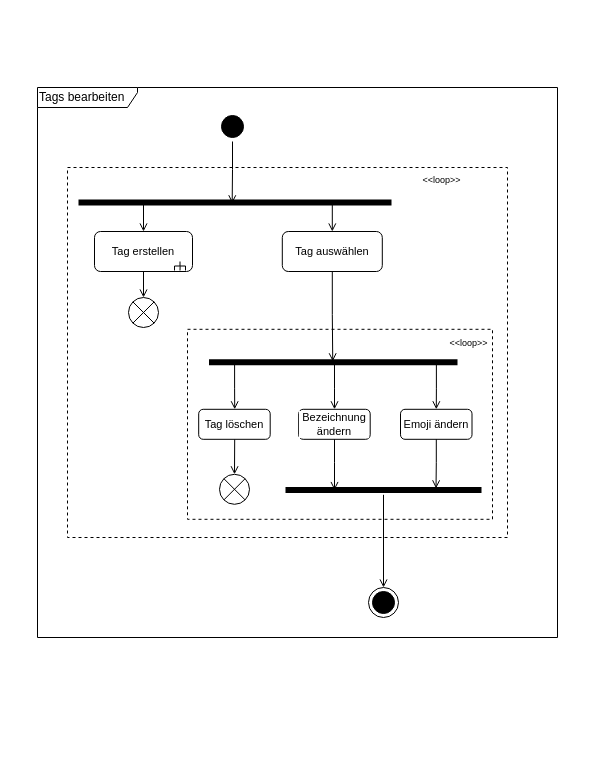
This is 4_Entwurf/4_UML/4_UML_Aktivitätsdiagramme/ad_TagsBearbeiten.drawio from annikalenneper/praxisprojekt_mi_bachelor_SoSe24, a draw.io file, before an edit. Source tidied: cells renumbered, new cells numbered last; positions are measured from the earlier drawing's top-left corner, leaving out a move shared by most shapes. Both pictures are drawn from the tidied source at 100%, with x=0, y=0 at pixel (37, 87).
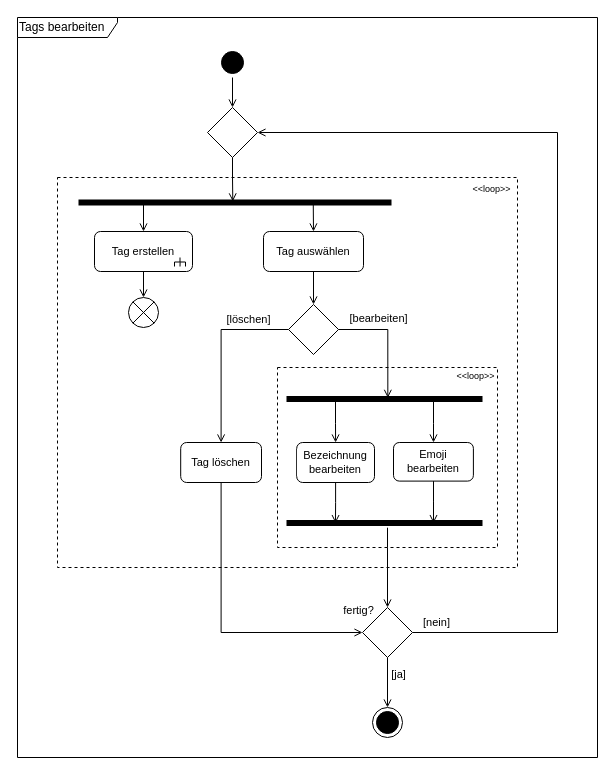
After the change.

Commit message:
adjusted verbs in ad "edit tags" to defined table of process words

The change refers to these unchanged cells:
```xml
<mxCell id="14" style="shape=line;html=1;strokeWidth=6;strokeColor=#000000;fillColor=#000000;fontFamily=Helvetica;fontSize=11;fontColor=default;labelBackgroundColor=default;rotation=-180;" parent="1" vertex="1">
  <mxGeometry x="41" y="110" width="313" height="10" as="geometry" />
</mxCell>
```

The edit, as a diff of the source:
```diff
@@
     <mxCell id="2" style="fontStyle=0;dashed=1;html=1;whiteSpace=wrap;fontFamily=Helvetica;fontSize=11;fontColor=default;labelBackgroundColor=none;textOpacity=0;fillColor=none;" parent="1" vertex="1">
-      <mxGeometry x="30" y="80" width="440" height="370" as="geometry" />
+      <mxGeometry x="20" y="90" width="460" height="390" as="geometry" />
     </mxCell>
     <mxCell id="3" style="fontStyle=0;dashed=1;html=1;whiteSpace=wrap;fontFamily=Helvetica;fontSize=11;fontColor=default;labelBackgroundColor=none;textOpacity=0;fillColor=none;" parent="1" vertex="1">
-      <mxGeometry x="150" y="241.8" width="305" height="190" as="geometry" />
+      <mxGeometry x="240" y="280" width="220" height="180" as="geometry" />
     </mxCell>
+    <mxCell id="22" value="Bezeichnung bearbeiten" style="rounded=1;whiteSpace=wrap;html=1;fontFamily=Helvetica;fontSize=11;fontColor=default;labelBackgroundColor=default;" parent="1" vertex="1">
+      <mxGeometry x="259.2" y="355" width="77.8" height="40" as="geometry" />
+    </mxCell>
+    <mxCell id="33" value="fertig?" style="text;html=1;align=center;verticalAlign=middle;strokeColor=none;fillColor=none;fontFamily=Helvetica;fontSize=11;fontColor=default;labelBackgroundColor=default;" parent="1" vertex="1">
+      <mxGeometry x="296" y="508" width="50" height="30" as="geometry" />
+    </mxCell>
@@
     <mxCell id="6" style="strokeWidth=1;html=1;shape=mxgraph.flowchart.annotation_2;align=left;labelPosition=right;rotation=90;fontFamily=Helvetica;fontSize=11;fontColor=default;labelBackgroundColor=default;" parent="1" vertex="1">
-      <mxGeometry x="138" y="173" width="9" height="11" as="geometry" />
+      <mxGeometry x="138" y="169" width="9" height="11" as="geometry" />
     </mxCell>
@@
     <mxCell id="8" value="Tags bearbeiten" style="shape=umlFrame;whiteSpace=wrap;html=1;width=100;height=20;align=left;" parent="1" vertex="1">
-      <mxGeometry width="520" height="550" as="geometry" />
+      <mxGeometry x="-20" y="-70" width="580" height="740" as="geometry" />
     </mxCell>
-    <mxCell id="9" style="edgeStyle=orthogonalEdgeStyle;rounded=0;jettySize=auto;html=1;endArrow=open;endFill=0;entryX=0.509;entryY=0.417;entryDx=0;entryDy=0;entryPerimeter=0;" parent="1" edge="1" source="10" target="14">
+    <mxCell id="9" style="edgeStyle=orthogonalEdgeStyle;rounded=0;jettySize=auto;html=1;endArrow=open;endFill=0;entryX=0.5;entryY=0;entryDx=0;entryDy=0;" parent="1" edge="1" source="10" target="42">
       <mxGeometry relative="1" as="geometry" />
     </mxCell>
     <mxCell id="10" style="ellipse;html=1;shape=startState;fillColor=#000000;strokeColor=#000000;" parent="1" vertex="1">
-      <mxGeometry x="180" y="24" width="30" height="30" as="geometry" />
+      <mxGeometry x="180" y="-40" width="30" height="30" as="geometry" />
     </mxCell>
     <mxCell id="11" style="ellipse;html=1;shape=endState;fillColor=#000000;strokeColor=#000000;fontFamily=Helvetica;fontSize=11;fontColor=default;labelBackgroundColor=default;" parent="1" vertex="1">
-      <mxGeometry x="331" y="500" width="30" height="30" as="geometry" />
+      <mxGeometry x="335" y="620" width="30" height="30" as="geometry" />
     </mxCell>
@@
-    <mxCell id="13" style="edgeStyle=orthogonalEdgeStyle;rounded=0;jettySize=auto;html=1;exitX=0.25;exitY=0.5;exitDx=0;exitDy=0;exitPerimeter=0;entryX=0.5;entryY=0;entryDx=0;entryDy=0;strokeColor=default;align=center;verticalAlign=middle;fontFamily=Helvetica;fontSize=11;fontColor=default;labelBackgroundColor=default;endArrow=open;endFill=0;" parent="1" edge="1" source="14" target="15">
+    <mxCell id="13" style="edgeStyle=orthogonalEdgeStyle;rounded=0;jettySize=auto;html=1;exitX=0.25;exitY=0.5;exitDx=0;exitDy=0;exitPerimeter=0;entryX=0.5;entryY=0;entryDx=0;entryDy=0;endArrow=open;endFill=0;" parent="1" edge="1" source="14" target="15">
       <mxGeometry relative="1" as="geometry" />
     </mxCell>
@@
     <mxCell id="15" value="Tag auswählen" style="rounded=1;whiteSpace=wrap;html=1;fontFamily=Helvetica;fontSize=11;fontColor=default;labelBackgroundColor=default;" parent="1" vertex="1">
-      <mxGeometry x="244.8" y="144" width="100" height="40" as="geometry" />
+      <mxGeometry x="226" y="144" width="100" height="40" as="geometry" />
     </mxCell>
@@
-    <mxCell id="17" style="edgeStyle=orthogonalEdgeStyle;rounded=0;jettySize=auto;html=1;strokeColor=default;align=center;verticalAlign=middle;fontFamily=Helvetica;fontSize=11;fontColor=default;labelBackgroundColor=default;endArrow=open;endFill=0;entryX=0.498;entryY=0.402;entryDx=0;entryDy=0;entryPerimeter=0;" parent="1" edge="1" source="15" target="18">
+    <mxCell id="17" style="edgeStyle=orthogonalEdgeStyle;rounded=0;jettySize=auto;html=1;strokeColor=default;align=center;verticalAlign=middle;fontFamily=Helvetica;fontSize=11;fontColor=default;labelBackgroundColor=default;endArrow=open;endFill=0;entryX=0.5;entryY=0;entryDx=0;entryDy=0;" parent="1" edge="1" source="15" target="34">
       <mxGeometry relative="1" as="geometry" />
     </mxCell>
-    <mxCell id="18" style="shape=line;html=1;strokeWidth=6;strokeColor=#000000;fillColor=#000000;fontFamily=Helvetica;fontSize=11;fontColor=default;labelBackgroundColor=default;" parent="1" vertex="1">
-      <mxGeometry x="171.5" y="270" width="248.5" height="9.5" as="geometry" />
-    </mxCell>
-    <mxCell id="19" style="edgeStyle=orthogonalEdgeStyle;rounded=0;jettySize=auto;html=1;entryX=0.5;entryY=0;entryDx=0;entryDy=0;strokeColor=default;align=center;verticalAlign=middle;fontFamily=Helvetica;fontSize=11;fontColor=default;labelBackgroundColor=default;endArrow=open;endFill=0;" parent="1" edge="1" target="30">
+    <mxCell id="19" style="edgeStyle=orthogonalEdgeStyle;rounded=0;jettySize=auto;html=1;entryX=0;entryY=0.5;entryDx=0;entryDy=0;strokeColor=default;align=center;verticalAlign=middle;fontFamily=Helvetica;fontSize=11;fontColor=default;labelBackgroundColor=default;endArrow=open;endFill=0;exitX=0.5;exitY=1;exitDx=0;exitDy=0;" parent="1" edge="1" source="20" target="41">
       <mxGeometry relative="1" as="geometry">
-        <mxPoint x="197.2" y="351.8" as="sourcePoint" />
+        <Array as="points">
+          <mxPoint x="183" y="545" />
+        </Array>
       </mxGeometry>
     </mxCell>
     <mxCell id="20" value="Tag löschen" style="rounded=1;whiteSpace=wrap;html=1;fontFamily=Helvetica;fontSize=11;fontColor=default;labelBackgroundColor=default;" parent="1" vertex="1">
-      <mxGeometry x="161.2" y="321.8" width="71.5" height="30" as="geometry" />
+      <mxGeometry x="143.2" y="355" width="80.8" height="40" as="geometry" />
     </mxCell>
+    <mxCell id="25" style="edgeStyle=orthogonalEdgeStyle;rounded=0;jettySize=auto;html=1;strokeColor=default;align=center;verticalAlign=middle;fontFamily=Helvetica;fontSize=11;fontColor=default;labelBackgroundColor=default;endArrow=open;endFill=0;exitX=0;exitY=0.5;exitDx=0;exitDy=0;entryX=0.5;entryY=0;entryDx=0;entryDy=0;" parent="1" edge="1" source="34" target="20">
+      <mxGeometry relative="1" as="geometry" />
+    </mxCell>
+    <mxCell id="31" value="&lt;font style=&quot;font-size: 9px;&quot;&gt;&amp;lt;&amp;lt;loop&amp;gt;&amp;gt;&lt;/font&gt;" style="text;html=1;align=center;verticalAlign=middle;strokeColor=none;fillColor=none;fontFamily=Helvetica;fontSize=11;fontColor=default;labelBackgroundColor=default;" parent="1" vertex="1">
+      <mxGeometry x="424" y="86" width="60" height="30" as="geometry" />
+    </mxCell>
+    <mxCell id="34" style="rhombus;whiteSpace=wrap;html=1;" parent="1" vertex="1">
+      <mxGeometry x="251" y="217" width="50" height="50" as="geometry" />
+    </mxCell>
+    <mxCell id="35" style="edgeStyle=orthogonalEdgeStyle;rounded=0;jettySize=auto;html=1;entryX=0.517;entryY=0.365;entryDx=0;entryDy=0;entryPerimeter=0;exitX=1;exitY=0.5;exitDx=0;exitDy=0;endArrow=open;endFill=0;" parent="1" edge="1" source="34" target="18">
+      <mxGeometry relative="1" as="geometry" />
+    </mxCell>
+    <mxCell id="18" style="shape=line;html=1;strokeWidth=6;strokeColor=#000000;fillColor=#000000;fontFamily=Helvetica;fontSize=11;fontColor=default;labelBackgroundColor=default;" parent="1" vertex="1">
+      <mxGeometry x="249" y="307" width="196" height="9.2" as="geometry" />
+    </mxCell>
+    <mxCell id="23" value="Emoji bearbeiten" style="rounded=1;whiteSpace=wrap;html=1;fontFamily=Helvetica;fontSize=11;fontColor=default;labelBackgroundColor=default;" parent="1" vertex="1">
+      <mxGeometry x="356" y="355" width="79.9" height="38.6" as="geometry" />
+    </mxCell>
+    <mxCell id="36" style="edgeStyle=orthogonalEdgeStyle;rounded=0;jettySize=auto;html=1;entryX=0.5;entryY=0;entryDx=0;entryDy=0;strokeColor=default;align=center;verticalAlign=middle;fontFamily=Helvetica;fontSize=11;fontColor=default;labelBackgroundColor=default;endArrow=open;endFill=0;" parent="1" edge="1" source="27" target="41">
+      <mxGeometry relative="1" as="geometry">
+        <Array as="points">
+          <mxPoint x="350" y="460" />
+          <mxPoint x="350" y="460" />
+        </Array>
+      </mxGeometry>
+    </mxCell>
+    <mxCell id="27" style="shape=line;html=1;strokeWidth=6;strokeColor=#000000;fillColor=#000000;fontFamily=Helvetica;fontSize=11;fontColor=default;labelBackgroundColor=default;" parent="1" vertex="1">
+      <mxGeometry x="249" y="431" width="196" height="9.2" as="geometry" />
+    </mxCell>
-    <mxCell id="21" style="edgeStyle=orthogonalEdgeStyle;rounded=0;jettySize=auto;html=1;strokeColor=default;align=center;verticalAlign=middle;fontFamily=Helvetica;fontSize=11;fontColor=default;labelBackgroundColor=default;endArrow=open;endFill=0;exitX=0.505;exitY=0.472;exitDx=0;exitDy=0;exitPerimeter=0;" parent="1" edge="1" source="18" target="22">
+    <mxCell id="21" style="edgeStyle=orthogonalEdgeStyle;rounded=0;jettySize=auto;html=1;exitX=0.25;exitY=0.5;exitDx=0;exitDy=0;exitPerimeter=0;entryX=0.5;entryY=0;entryDx=0;entryDy=0;endArrow=open;endFill=0;" parent="1" edge="1" source="18" target="22">
       <mxGeometry relative="1" as="geometry" />
     </mxCell>
-    <mxCell id="22" value="Bezeichnung ändern" style="rounded=1;whiteSpace=wrap;html=1;fontFamily=Helvetica;fontSize=11;fontColor=default;labelBackgroundColor=default;" parent="1" vertex="1">
-      <mxGeometry x="261.2" y="321.8" width="71.5" height="30" as="geometry" />
-    </mxCell>
-    <mxCell id="23" value="Emoji ändern" style="rounded=1;whiteSpace=wrap;html=1;fontFamily=Helvetica;fontSize=11;fontColor=default;labelBackgroundColor=default;" parent="1" vertex="1">
-      <mxGeometry x="363" y="321.8" width="71.5" height="30" as="geometry" />
-    </mxCell>
-    <mxCell id="24" style="edgeStyle=orthogonalEdgeStyle;rounded=0;jettySize=auto;html=1;strokeColor=default;align=center;verticalAlign=middle;fontFamily=Helvetica;fontSize=11;fontColor=default;labelBackgroundColor=default;endArrow=open;endFill=0;exitX=0.915;exitY=0.416;exitDx=0;exitDy=0;exitPerimeter=0;" parent="1" edge="1" source="18" target="23">
+    <mxCell id="24" style="edgeStyle=orthogonalEdgeStyle;rounded=0;jettySize=auto;html=1;strokeColor=default;align=center;verticalAlign=middle;fontFamily=Helvetica;fontSize=11;fontColor=default;labelBackgroundColor=default;endArrow=open;endFill=0;exitX=0.75;exitY=0.5;exitDx=0;exitDy=0;exitPerimeter=0;" parent="1" edge="1" source="18" target="23">
       <mxGeometry relative="1" as="geometry" />
     </mxCell>
-    <mxCell id="25" style="edgeStyle=orthogonalEdgeStyle;rounded=0;jettySize=auto;html=1;strokeColor=default;align=center;verticalAlign=middle;fontFamily=Helvetica;fontSize=11;fontColor=default;labelBackgroundColor=default;endArrow=open;endFill=0;exitX=0.103;exitY=0.605;exitDx=0;exitDy=0;exitPerimeter=0;" parent="1" edge="1" source="18">
-      <mxGeometry relative="1" as="geometry">
-        <mxPoint x="197.2" y="321.8" as="targetPoint" />
-      </mxGeometry>
-    </mxCell>
-    <mxCell id="26" style="edgeStyle=orthogonalEdgeStyle;rounded=0;jettySize=auto;html=1;entryX=0.5;entryY=0;entryDx=0;entryDy=0;strokeColor=default;align=center;verticalAlign=middle;fontFamily=Helvetica;fontSize=11;fontColor=default;labelBackgroundColor=default;endArrow=open;endFill=0;" parent="1" edge="1" source="27" target="11">
-      <mxGeometry relative="1" as="geometry" />
-    </mxCell>
-    <mxCell id="27" style="shape=line;html=1;strokeWidth=6;strokeColor=#000000;fillColor=#000000;fontFamily=Helvetica;fontSize=11;fontColor=default;labelBackgroundColor=default;" parent="1" vertex="1">
-      <mxGeometry x="248" y="397.8" width="196" height="9.5" as="geometry" />
-    </mxCell>
+    <mxCell id="29" style="edgeStyle=orthogonalEdgeStyle;rounded=0;jettySize=auto;html=1;entryX=0.25;entryY=0.5;entryDx=0;entryDy=0;entryPerimeter=0;strokeColor=default;align=center;verticalAlign=middle;fontFamily=Helvetica;fontSize=11;fontColor=default;labelBackgroundColor=default;endArrow=open;endFill=0;" parent="1" edge="1" source="22" target="27">
+      <mxGeometry relative="1" as="geometry" />
+    </mxCell>
-    <mxCell id="28" style="edgeStyle=orthogonalEdgeStyle;rounded=0;jettySize=auto;html=1;entryX=0.768;entryY=0.323;entryDx=0;entryDy=0;entryPerimeter=0;strokeColor=default;align=center;verticalAlign=middle;fontFamily=Helvetica;fontSize=11;fontColor=default;labelBackgroundColor=default;endArrow=open;endFill=0;" parent="1" edge="1" source="23" target="27">
+    <mxCell id="28" style="edgeStyle=orthogonalEdgeStyle;rounded=0;jettySize=auto;html=1;entryX=0.75;entryY=0.5;entryDx=0;entryDy=0;entryPerimeter=0;strokeColor=default;align=center;verticalAlign=middle;fontFamily=Helvetica;fontSize=11;fontColor=default;labelBackgroundColor=default;endArrow=open;endFill=0;" parent="1" edge="1" source="23" target="27">
       <mxGeometry relative="1" as="geometry" />
     </mxCell>
-    <mxCell id="29" style="edgeStyle=orthogonalEdgeStyle;rounded=0;jettySize=auto;html=1;entryX=0.25;entryY=0.5;entryDx=0;entryDy=0;entryPerimeter=0;strokeColor=default;align=center;verticalAlign=middle;fontFamily=Helvetica;fontSize=11;fontColor=default;labelBackgroundColor=default;endArrow=open;endFill=0;" parent="1" edge="1" source="22" target="27">
-      <mxGeometry relative="1" as="geometry" />
-    </mxCell>
-    <mxCell id="30" style="shape=sumEllipse;perimeter=ellipsePerimeter;html=1;backgroundOutline=1;fontFamily=Helvetica;fontSize=11;fontColor=default;labelBackgroundColor=default;" parent="1" vertex="1">
-      <mxGeometry x="182" y="386.8" width="30" height="30" as="geometry" />
-    </mxCell>
-    <mxCell id="31" value="&lt;font style=&quot;font-size: 9px;&quot;&gt;&amp;lt;&amp;lt;loop&amp;gt;&amp;gt;&lt;/font&gt;" style="text;html=1;align=center;verticalAlign=middle;strokeColor=none;fillColor=none;fontFamily=Helvetica;fontSize=11;fontColor=default;labelBackgroundColor=default;" parent="1" vertex="1">
-      <mxGeometry x="374" y="77" width="60" height="30" as="geometry" />
-    </mxCell>
     <mxCell id="32" value="&lt;font style=&quot;font-size: 9px;&quot;&gt;&amp;lt;&amp;lt;loop&amp;gt;&amp;gt;&lt;/font&gt;" style="text;html=1;align=center;verticalAlign=middle;strokeColor=none;fillColor=none;fontFamily=Helvetica;fontSize=11;fontColor=default;labelBackgroundColor=default;" parent="1" vertex="1">
-      <mxGeometry x="401" y="240" width="60" height="30" as="geometry" />
+      <mxGeometry x="408" y="273" width="60" height="30" as="geometry" />
     </mxCell>
+    <mxCell id="37" value="[bearbeiten]" style="text;html=1;align=center;verticalAlign=middle;strokeColor=none;fillColor=none;fontFamily=Helvetica;fontSize=11;fontColor=default;labelBackgroundColor=default;" parent="1" vertex="1">
+      <mxGeometry x="301" y="216" width="80" height="30" as="geometry" />
+    </mxCell>
+    <mxCell id="38" value="[löschen]" style="text;html=1;align=center;verticalAlign=middle;strokeColor=none;fillColor=none;fontFamily=Helvetica;fontSize=11;fontColor=default;labelBackgroundColor=default;" parent="1" vertex="1">
+      <mxGeometry x="176" y="217" width="70" height="30" as="geometry" />
+    </mxCell>
+    <mxCell id="39" style="edgeStyle=orthogonalEdgeStyle;rounded=0;jettySize=auto;html=1;entryX=1;entryY=0.5;entryDx=0;entryDy=0;strokeColor=default;align=center;verticalAlign=middle;fontFamily=Helvetica;fontSize=11;fontColor=default;labelBackgroundColor=default;endArrow=open;endFill=0;" parent="1" edge="1" source="41" target="42">
+      <mxGeometry relative="1" as="geometry">
+        <Array as="points">
+          <mxPoint x="520" y="545" />
+          <mxPoint x="520" y="45" />
+        </Array>
+      </mxGeometry>
+    </mxCell>
+    <mxCell id="40" style="edgeStyle=orthogonalEdgeStyle;rounded=0;jettySize=auto;html=1;entryX=0.5;entryY=0;entryDx=0;entryDy=0;strokeColor=default;align=center;verticalAlign=middle;fontFamily=Helvetica;fontSize=11;fontColor=default;labelBackgroundColor=default;endArrow=open;endFill=0;" parent="1" edge="1" source="41" target="11">
+      <mxGeometry relative="1" as="geometry" />
+    </mxCell>
+    <mxCell id="41" style="rhombus;whiteSpace=wrap;html=1;" parent="1" vertex="1">
+      <mxGeometry x="325" y="520" width="50" height="50" as="geometry" />
+    </mxCell>
+    <mxCell id="42" style="rhombus;whiteSpace=wrap;html=1;fontFamily=Helvetica;fontSize=11;fontColor=default;labelBackgroundColor=default;" parent="1" vertex="1">
+      <mxGeometry x="170" y="20" width="50" height="50" as="geometry" />
+    </mxCell>
+    <mxCell id="43" style="edgeStyle=orthogonalEdgeStyle;rounded=0;jettySize=auto;html=1;entryX=0.507;entryY=0.611;entryDx=0;entryDy=0;entryPerimeter=0;strokeColor=default;align=center;verticalAlign=middle;fontFamily=Helvetica;fontSize=11;fontColor=default;labelBackgroundColor=default;endArrow=open;endFill=0;" parent="1" edge="1" source="42" target="14">
+      <mxGeometry relative="1" as="geometry" />
+    </mxCell>
+    <mxCell id="44" value="[ja]" style="text;html=1;align=center;verticalAlign=middle;strokeColor=none;fillColor=none;fontFamily=Helvetica;fontSize=11;fontColor=default;labelBackgroundColor=default;" parent="1" vertex="1">
+      <mxGeometry x="341" y="572" width="40" height="30" as="geometry" />
+    </mxCell>
+    <mxCell id="45" value="[nein]" style="text;html=1;align=center;verticalAlign=middle;strokeColor=none;fillColor=none;fontFamily=Helvetica;fontSize=11;fontColor=default;labelBackgroundColor=default;" parent="1" vertex="1">
+      <mxGeometry x="374" y="520" width="50" height="30" as="geometry" />
+    </mxCell>
```
